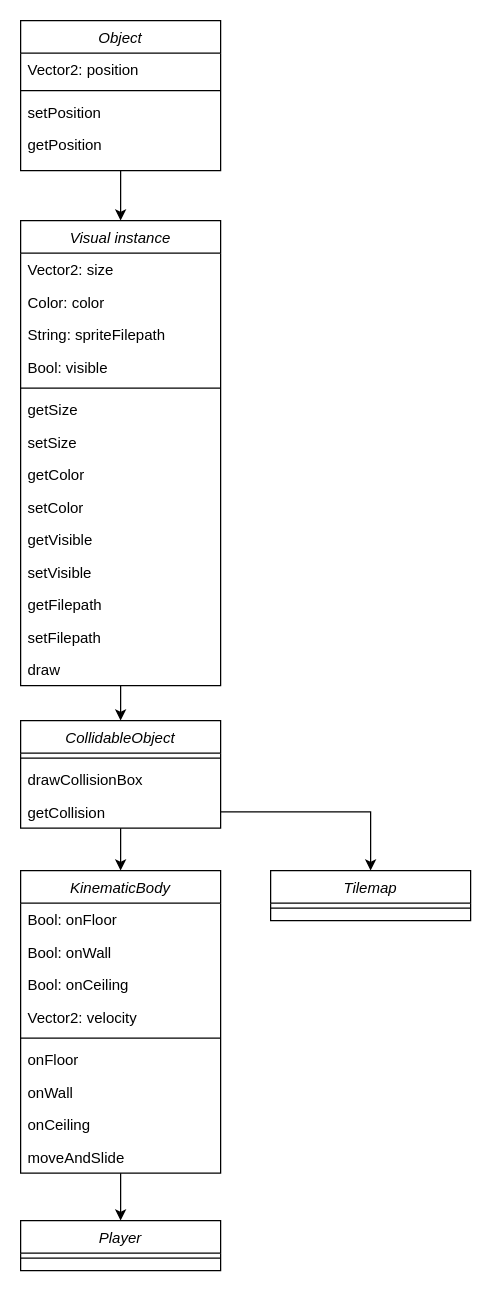
This is Merlin-structure.drawio from LeonStansfield/merlin, a draw.io file, before an edit. Source tidied: cells renumbered, new cells numbered last; positions are measured from the earlier drawing's top-left corner, leaving out a move shared by most shapes. Both pictures are drawn from the tidied source at 125%, with x=0, y=0 at pixel (20, 20).
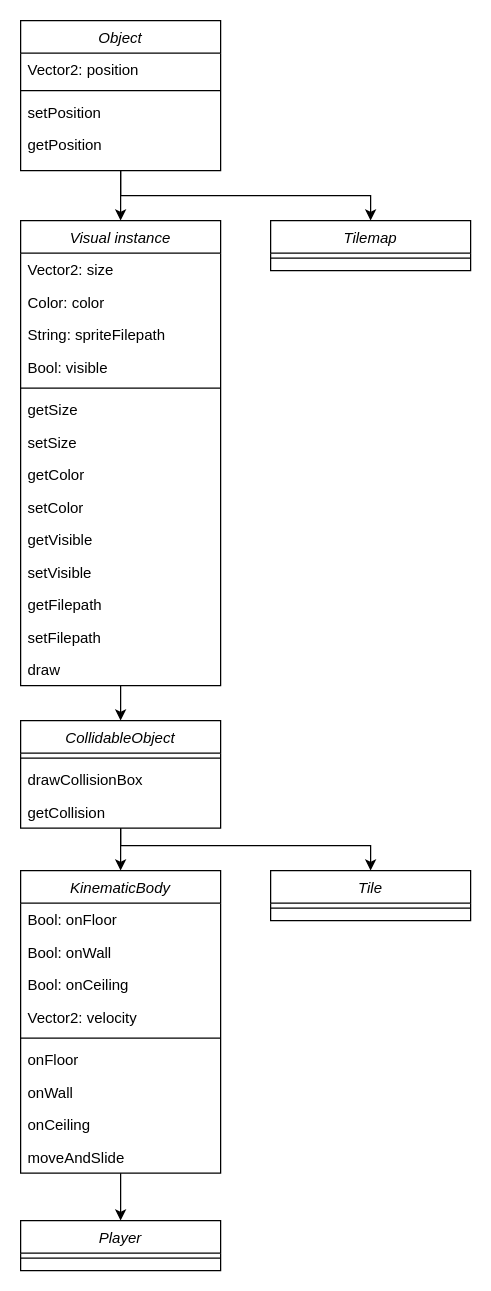
The same page after the edit.

Unchanged cells that the change refers to:
```xml
<mxCell id="3" value="Object" style="swimlane;fontStyle=2;align=center;verticalAlign=top;horizontal=1;startSize=26;rounded=0;shadow=0;strokeWidth=1;" parent="1" vertex="1">
  <mxGeometry width="160" height="120" as="geometry" />
</mxCell>
<mxCell id="29" value="getCollision" style="text;align=left;verticalAlign=top;spacingLeft=4;spacingRight=4;overflow=hidden;points=[[0,0.5],[1,0.5]];portConstraint=eastwest;" parent="26" vertex="1">
  <mxGeometry y="60" width="160" height="26" as="geometry" />
</mxCell>
```

The edit, as a diff of the source:
```diff
@@
-    <mxCell id="43" style="edgeStyle=orthogonalEdgeStyle;rounded=0;jettySize=auto;html=1;entryX=0.5;entryY=0;entryDx=0;entryDy=0;" parent="1" edge="1" source="29" target="44">
+    <mxCell id="43" style="edgeStyle=orthogonalEdgeStyle;rounded=0;jettySize=auto;html=1;entryX=0.5;entryY=0;entryDx=0;entryDy=0;exitX=0.5;exitY=1;exitDx=0;exitDy=0;" parent="1" edge="1" source="3" target="44">
       <mxGeometry relative="1" as="geometry" />
     </mxCell>
     <mxCell id="44" value="Tilemap" style="swimlane;fontStyle=2;align=center;verticalAlign=top;horizontal=1;startSize=26;rounded=0;shadow=0;strokeWidth=1;" parent="1" vertex="1">
-      <mxGeometry x="200" y="680" width="160" height="40" as="geometry" />
+      <mxGeometry x="200" y="160" width="160" height="40" as="geometry" />
     </mxCell>
@@
+    <mxCell id="46" value="Tile&#10;" style="swimlane;fontStyle=2;align=center;verticalAlign=top;horizontal=1;startSize=26;rounded=0;shadow=0;strokeWidth=1;" parent="1" vertex="1">
+      <mxGeometry x="200" y="680" width="160" height="40" as="geometry" />
+    </mxCell>
+    <mxCell id="47" style="line;html=1;strokeWidth=1;align=left;verticalAlign=middle;spacingTop=-1;spacingLeft=3;spacingRight=3;labelPosition=right;" parent="46" vertex="1">
+      <mxGeometry y="26" width="160" height="8" as="geometry" />
+    </mxCell>
+    <mxCell id="48" style="edgeStyle=orthogonalEdgeStyle;rounded=0;jettySize=auto;html=1;entryX=0.5;entryY=0;entryDx=0;entryDy=0;" parent="1" edge="1" source="29" target="46">
+      <mxGeometry relative="1" as="geometry">
+        <Array as="points">
+          <mxPoint x="80" y="660" />
+          <mxPoint x="280" y="660" />
+        </Array>
+      </mxGeometry>
+    </mxCell>
```
